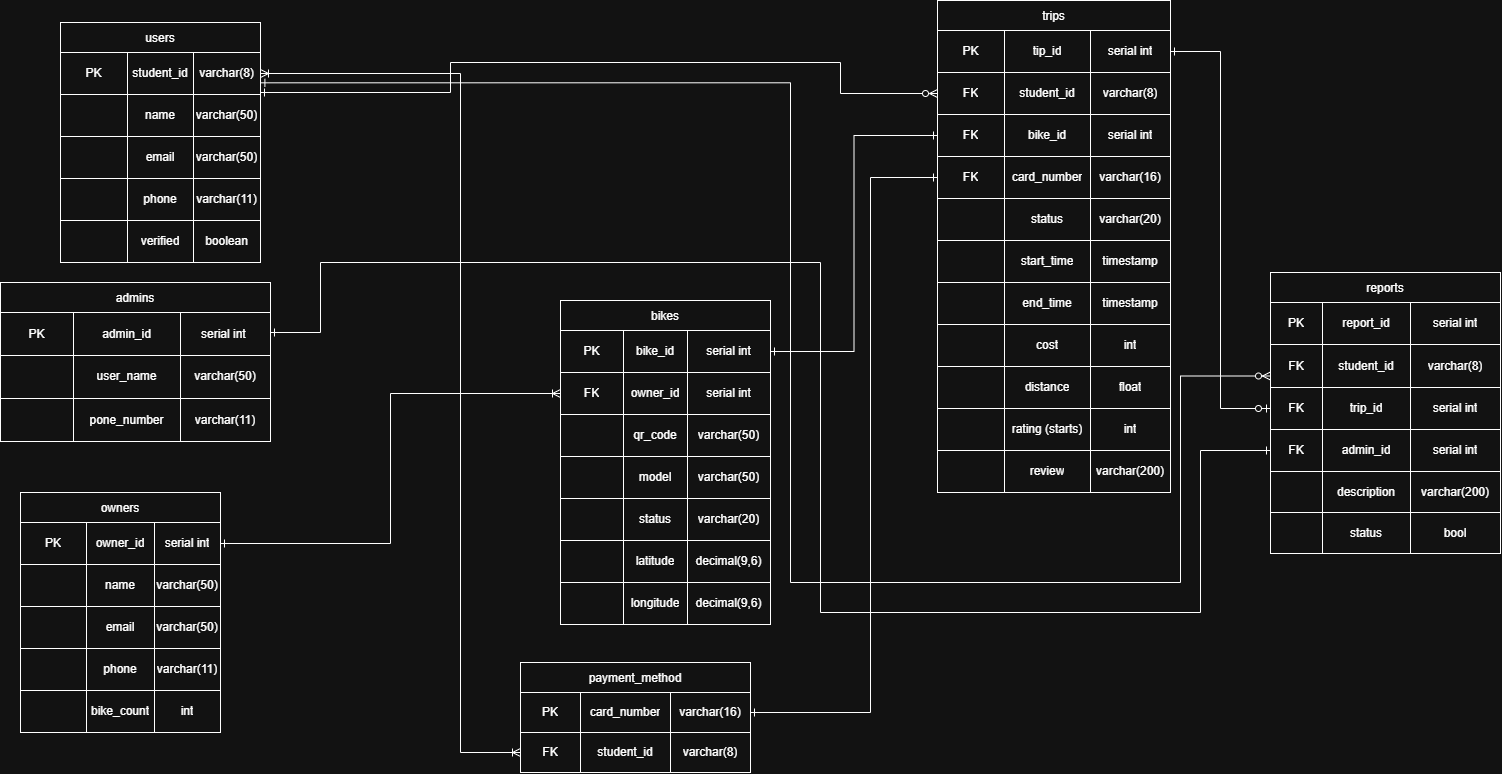
Before: docs/ERD biker app.drawio.png, a diagram exported from draw.io (amarkarim1414-arch/Biker-App). Source tidied: cells renumbered, new cells last; positions are measured from the earlier drawing's top-left corner, leaving out a move shared by most shapes.
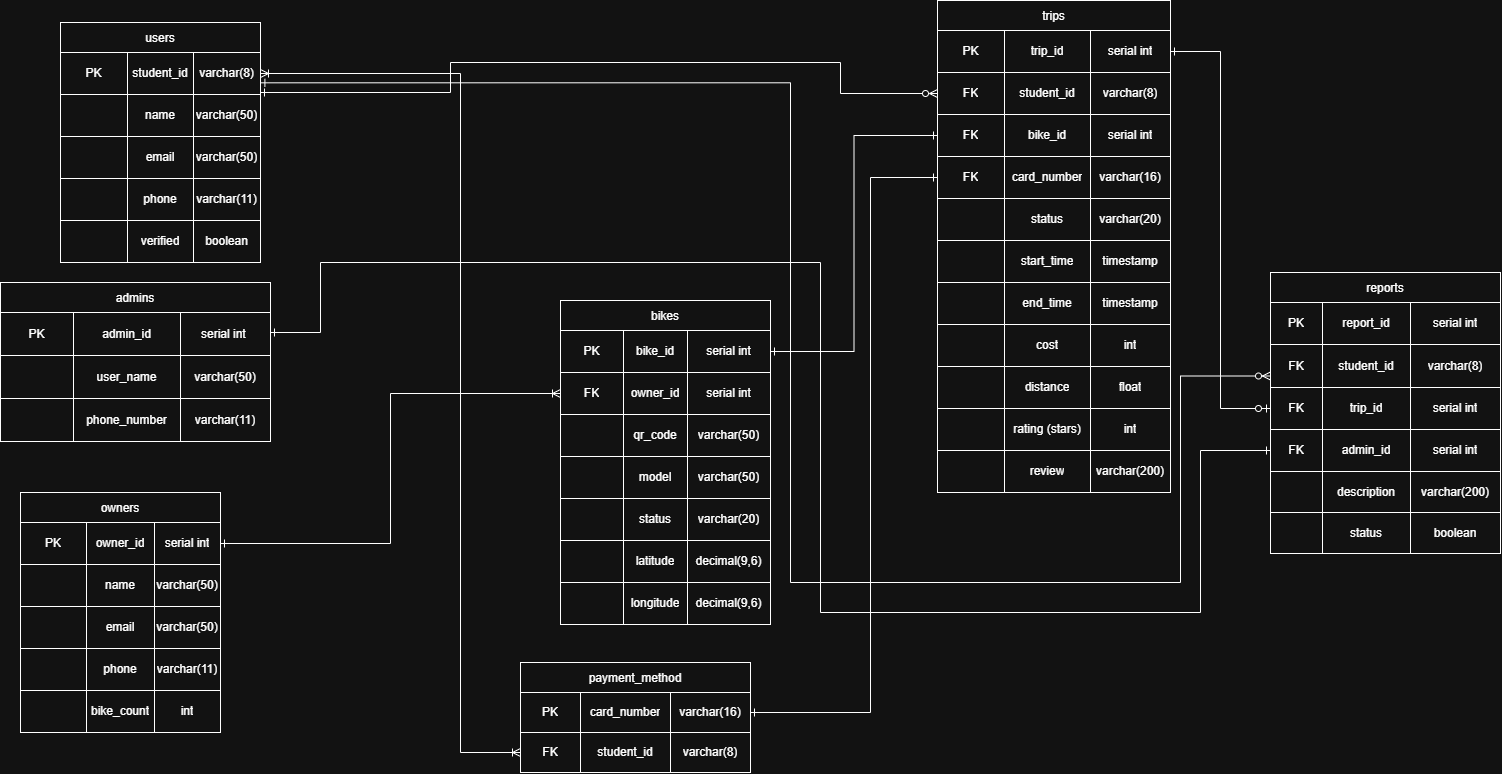
After the change.

Commit message:
<erd-correction>

Diff of the diagram source:
```diff
@@ -224,7 +224,7 @@
     <mxCell id="75" value="PK" style="shape=partialRectangle;html=1;whiteSpace=wrap;strokeColor=inherit;overflow=hidden;fillColor=none;" parent="74" vertex="1">
       <mxGeometry width="67" height="42" as="geometry" />
     </mxCell>
-    <mxCell id="76" value="tip_id" style="shape=partialRectangle;html=1;whiteSpace=wrap;strokeColor=inherit;overflow=hidden;fillColor=none;" parent="74" vertex="1">
+    <mxCell id="76" value="trip_id" style="shape=partialRectangle;html=1;whiteSpace=wrap;strokeColor=inherit;overflow=hidden;fillColor=none;" parent="74" vertex="1">
       <mxGeometry x="67" width="86" height="42" as="geometry" />
     </mxCell>
     <mxCell id="77" value="serial int" style="shape=partialRectangle;html=1;whiteSpace=wrap;strokeColor=inherit;overflow=hidden;fillColor=none;" parent="74" vertex="1">
@@ -332,7 +332,7 @@
     <mxCell id="111" style="shape=partialRectangle;html=1;whiteSpace=wrap;strokeColor=inherit;overflow=hidden;fillColor=none;" parent="110" vertex="1">
       <mxGeometry width="67" height="42" as="geometry" />
     </mxCell>
-    <mxCell id="112" value="rating (starts)" style="shape=partialRectangle;html=1;whiteSpace=wrap;strokeColor=inherit;overflow=hidden;fillColor=none;" parent="110" vertex="1">
+    <mxCell id="112" value="rating (stars)" style="shape=partialRectangle;html=1;whiteSpace=wrap;strokeColor=inherit;overflow=hidden;fillColor=none;" parent="110" vertex="1">
       <mxGeometry x="67" width="86" height="42" as="geometry" />
     </mxCell>
     <mxCell id="113" value="int" style="shape=partialRectangle;html=1;whiteSpace=wrap;strokeColor=inherit;overflow=hidden;fillColor=none;" parent="110" vertex="1">
@@ -422,7 +422,7 @@
     <mxCell id="141" value="status" style="shape=partialRectangle;html=1;whiteSpace=wrap;strokeColor=inherit;overflow=hidden;fillColor=none;" parent="139" vertex="1">
       <mxGeometry x="52" width="88" height="41" as="geometry" />
     </mxCell>
-    <mxCell id="142" value="bool" style="shape=partialRectangle;html=1;whiteSpace=wrap;strokeColor=inherit;overflow=hidden;fillColor=none;" parent="139" vertex="1">
+    <mxCell id="142" value="boolean" style="shape=partialRectangle;html=1;whiteSpace=wrap;strokeColor=inherit;overflow=hidden;fillColor=none;" parent="139" vertex="1">
       <mxGeometry x="140" width="90" height="41" as="geometry" />
     </mxCell>
     <mxCell id="143" value="admins" style="shape=table;startSize=30;fixedHeader=1;tableRender=collapsed;" parent="1" vertex="1">
@@ -458,7 +458,7 @@
     <mxCell id="153" style="shape=partialRectangle;html=1;whiteSpace=wrap;strokeColor=inherit;overflow=hidden;fillColor=none;" parent="152" vertex="1">
       <mxGeometry width="73" height="43" as="geometry" />
     </mxCell>
-    <mxCell id="154" value="pone_number" style="shape=partialRectangle;html=1;whiteSpace=wrap;strokeColor=inherit;overflow=hidden;fillColor=none;" parent="152" vertex="1">
+    <mxCell id="154" value="phone_number" style="shape=partialRectangle;html=1;whiteSpace=wrap;strokeColor=inherit;overflow=hidden;fillColor=none;" parent="152" vertex="1">
       <mxGeometry x="73" width="107" height="43" as="geometry" />
     </mxCell>
     <mxCell id="155" value="varchar(11)" style="shape=partialRectangle;html=1;whiteSpace=wrap;strokeColor=inherit;overflow=hidden;fillColor=none;" parent="152" vertex="1">
```
